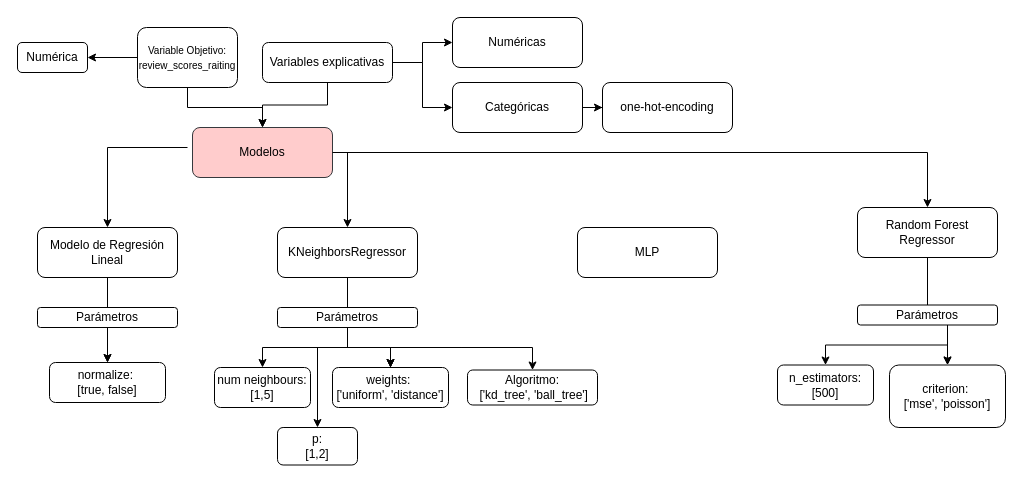
Above: Untitled Diagram.drawio in Rebeca98/Proyecto_MineriaDatos (draw.io), before the change. Source tidied: cells renumbered, new cells numbered last; positions are measured from the earlier drawing's top-left corner, leaving out a move shared by most shapes. Both pictures are drawn from the tidied source at 100%, with x=0, y=0 at pixel (17, 17).
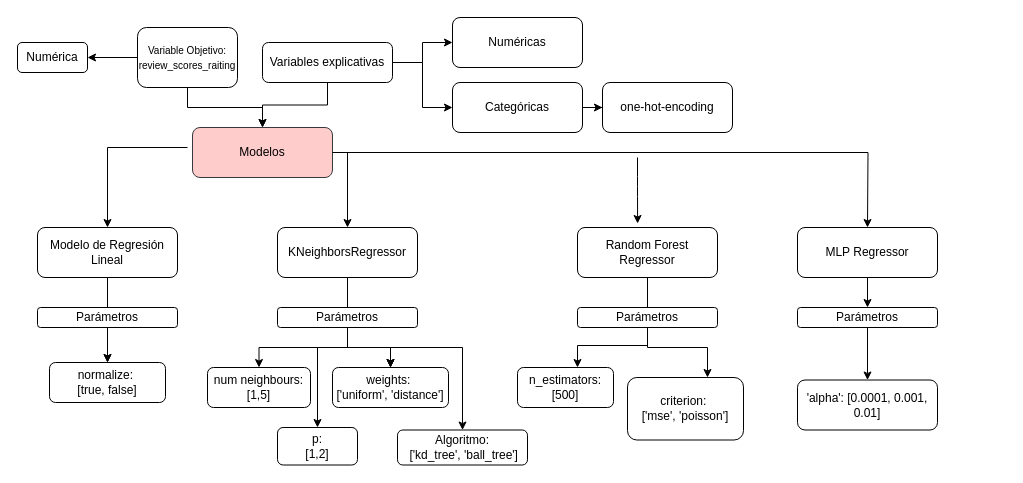
After the change.

Commit message:
Diagrama completo

The change refers to these unchanged cells:
```xml
<mxCell id="18" value="Modelos" style="rounded=1;whiteSpace=wrap;html=1;fontSize=12;glass=0;strokeWidth=1;shadow=0;fillColor=#ffcccc;strokeColor=#36393d;" parent="1" vertex="1">
  <mxGeometry x="175" y="110" width="140" height="50" as="geometry" />
</mxCell>
```

Change to the diagram source:
```diff
@@
-    <mxCell id="17" style="edgeStyle=orthogonalEdgeStyle;rounded=0;jettySize=auto;html=1;fontSize=10;" parent="1" edge="1" source="18" target="35">
-      <mxGeometry relative="1" as="geometry" />
+    <mxCell id="17" style="edgeStyle=orthogonalEdgeStyle;rounded=0;jettySize=auto;html=1;fontSize=10;" parent="1" edge="1" source="18">
+      <mxGeometry relative="1" as="geometry">
+        <mxPoint x="850" y="210" as="targetPoint" />
+      </mxGeometry>
     </mxCell>
@@
     <mxCell id="24" value="num neighbours: &lt;br&gt;[1,5]" style="rounded=1;whiteSpace=wrap;html=1;fontSize=12;glass=0;strokeWidth=1;shadow=0;" parent="1" vertex="1">
-      <mxGeometry x="197" y="350" width="96" height="40" as="geometry" />
+      <mxGeometry x="190" y="350" width="103" height="40" as="geometry" />
     </mxCell>
@@
     <mxCell id="27" value="Algoritmo:&lt;br&gt;&amp;nbsp;['kd_tree', 'ball_tree']" style="rounded=1;whiteSpace=wrap;html=1;fontSize=12;glass=0;strokeWidth=1;shadow=0;" parent="1" vertex="1">
-      <mxGeometry x="450" y="352.5" width="130" height="35" as="geometry" />
+      <mxGeometry x="380" y="412.5" width="130" height="35" as="geometry" />
     </mxCell>
@@
     <mxCell id="34" style="edgeStyle=orthogonalEdgeStyle;rounded=0;jettySize=auto;html=1;fontSize=10;" parent="1" edge="1" source="35" target="40">
-      <mxGeometry relative="1" as="geometry" />
+      <mxGeometry relative="1" as="geometry">
+        <Array as="points">
+          <mxPoint x="630" y="330" />
+          <mxPoint x="690" y="330" />
+        </Array>
+      </mxGeometry>
     </mxCell>
     <mxCell id="35" value="Random Forest Regressor" style="rounded=1;whiteSpace=wrap;html=1;fontSize=12;glass=0;strokeWidth=1;shadow=0;" parent="1" vertex="1">
-      <mxGeometry x="840" y="190" width="140" height="50" as="geometry" />
+      <mxGeometry x="560" y="210" width="140" height="50" as="geometry" />
     </mxCell>
     <mxCell id="36" style="edgeStyle=orthogonalEdgeStyle;rounded=0;jettySize=auto;html=1;" parent="1" edge="1" source="38" target="39">
       <mxGeometry relative="1" as="geometry">
         <Array as="points">
-          <mxPoint x="930" y="327.5" />
-          <mxPoint x="808" y="327.5" />
+          <mxPoint x="630" y="328" />
+          <mxPoint x="560" y="328" />
         </Array>
       </mxGeometry>
     </mxCell>
-    <mxCell id="37" style="edgeStyle=orthogonalEdgeStyle;rounded=0;jettySize=auto;html=1;" parent="1" edge="1" source="38" target="40">
-      <mxGeometry relative="1" as="geometry">
-        <Array as="points">
-          <mxPoint x="930" y="320" />
-          <mxPoint x="930" y="320" />
-        </Array>
-      </mxGeometry>
-    </mxCell>
     <mxCell id="38" value="Parámetros" style="rounded=1;whiteSpace=wrap;html=1;fontSize=12;glass=0;strokeWidth=1;shadow=0;" parent="1" vertex="1">
-      <mxGeometry x="840" y="287.5" width="140" height="20" as="geometry" />
+      <mxGeometry x="560" y="290" width="140" height="20" as="geometry" />
     </mxCell>
     <mxCell id="39" value="n_estimators: &lt;br&gt;[500]" style="rounded=1;whiteSpace=wrap;html=1;fontSize=12;glass=0;strokeWidth=1;shadow=0;" parent="1" vertex="1">
-      <mxGeometry x="760" y="347.5" width="96" height="40" as="geometry" />
+      <mxGeometry x="500" y="350" width="96" height="40" as="geometry" />
     </mxCell>
     <mxCell id="40" value="criterion:&amp;nbsp;&lt;br&gt;['mse', 'poisson']" style="rounded=1;whiteSpace=wrap;html=1;fontSize=12;glass=0;strokeWidth=1;shadow=0;" parent="1" vertex="1">
-      <mxGeometry x="872" y="347.5" width="116" height="62.5" as="geometry" />
+      <mxGeometry x="610" y="360" width="116" height="62.5" as="geometry" />
     </mxCell>
@@
+    <mxCell id="44" style="edgeStyle=orthogonalEdgeStyle;rounded=0;jettySize=auto;html=1;strokeWidth=1;" parent="1" edge="1" source="43" target="47">
+      <mxGeometry relative="1" as="geometry" />
+    </mxCell>
-    <mxCell id="43" value="MLP" style="rounded=1;whiteSpace=wrap;html=1;fontSize=12;glass=0;strokeWidth=1;shadow=0;" parent="1" vertex="1">
-      <mxGeometry x="560" y="210" width="140" height="50" as="geometry" />
+    <mxCell id="43" value="MLP Regressor" style="rounded=1;whiteSpace=wrap;html=1;fontSize=12;glass=0;strokeWidth=1;shadow=0;" parent="1" vertex="1">
+      <mxGeometry x="780" y="210" width="140" height="50" as="geometry" />
     </mxCell>
+    <mxCell id="45" style="endArrow=classic;html=1;entryX=0.429;entryY=-0.06;entryDx=0;entryDy=0;entryPerimeter=0;strokeWidth=1;" parent="1" edge="1">
+      <mxGeometry relative="1" as="geometry">
+        <mxPoint x="620" y="140" as="sourcePoint" />
+        <mxPoint x="620.1" y="206" as="targetPoint" />
+        <Array as="points">
+          <mxPoint x="620" y="169" />
+        </Array>
+      </mxGeometry>
+    </mxCell>
+    <mxCell id="46" style="edgeStyle=orthogonalEdgeStyle;rounded=0;jettySize=auto;html=1;strokeWidth=1;" parent="1" edge="1" source="47" target="48">
+      <mxGeometry relative="1" as="geometry" />
+    </mxCell>
+    <mxCell id="47" value="Parámetros" style="rounded=1;whiteSpace=wrap;html=1;fontSize=12;glass=0;strokeWidth=1;shadow=0;" parent="1" vertex="1">
+      <mxGeometry x="780" y="290" width="140" height="20" as="geometry" />
+    </mxCell>
+    <mxCell id="48" value="'alpha': [0.0001, 0.001, 0.01]" style="whiteSpace=wrap;html=1;rounded=1;shadow=0;strokeWidth=1;glass=0;" parent="1" vertex="1">
+      <mxGeometry x="780" y="362.5" width="140" height="50" as="geometry" />
+    </mxCell>
```
